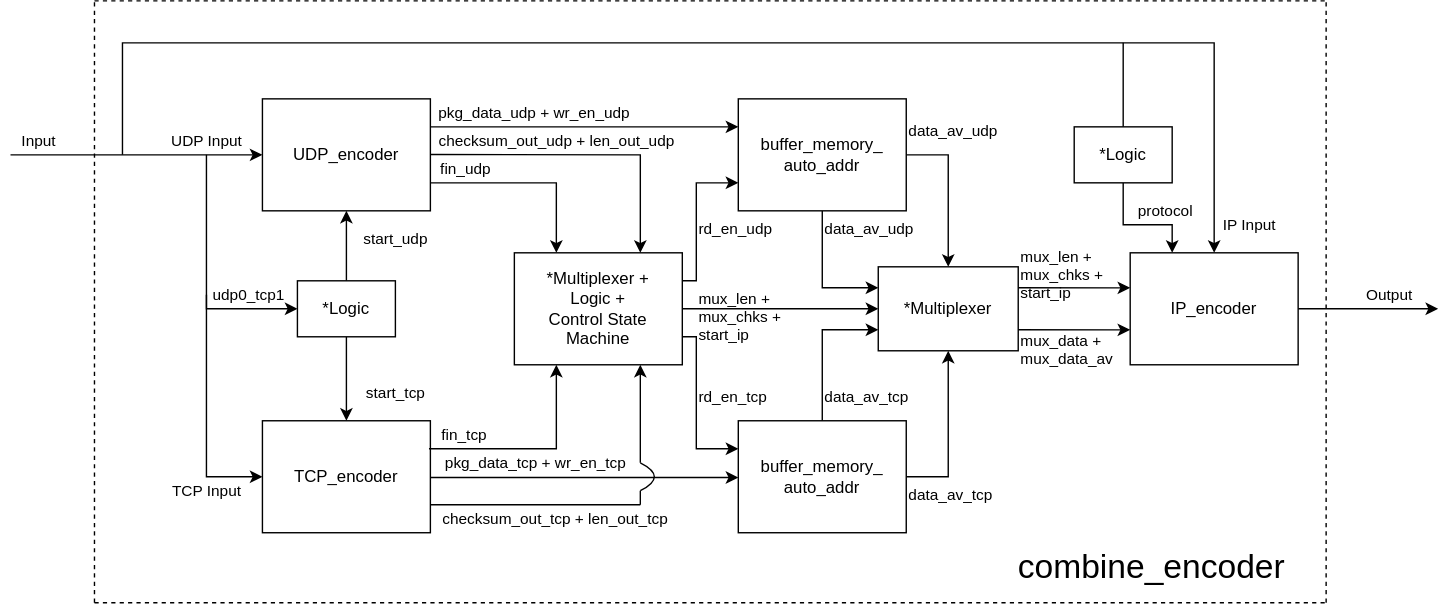
Earlier version of the draw.io export Documentation/combine_encoder_bd.svg (ntpt7921/Verilog_UDP_TCP). Source tidied: cells renumbered, new cells last; positions are measured from the earlier drawing's top-left corner, leaving out a move shared by most shapes.
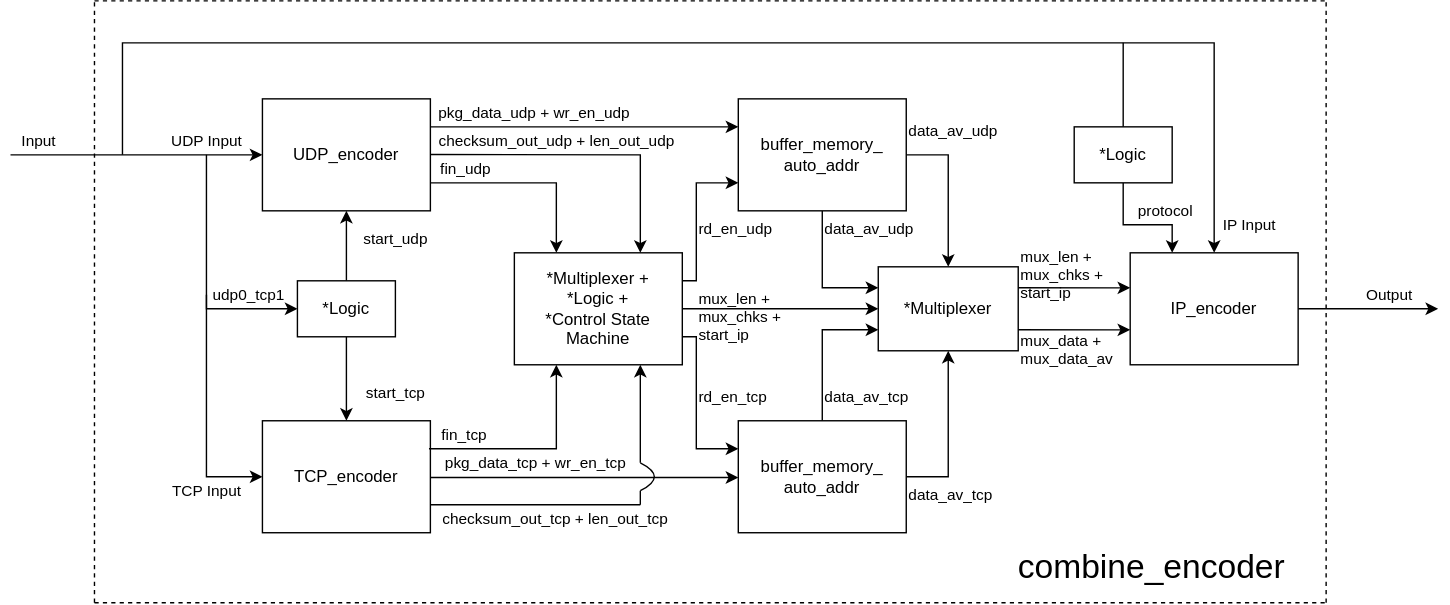
The same file after the commit.

Commit message:
Thêm sơ đồ khối cho các module encoder và decoder các phần TCP, IP

Diff of the diagram source:
```diff
@@ -45,7 +45,7 @@
     <mxCell id="12" style="edgeStyle=orthogonalEdgeStyle;rounded=0;jettySize=auto;html=1;entryX=0;entryY=0.5;entryDx=0;entryDy=0;fontSize=11;" parent="1" edge="1" source="13" target="46">
       <mxGeometry relative="1" as="geometry" />
     </mxCell>
-    <mxCell id="13" value="*Multiplexer +&lt;div&gt;Logic +&lt;/div&gt;&lt;div&gt;Control State Machine&lt;br&gt;&lt;/div&gt;" style="rounded=0;whiteSpace=wrap;html=1;" parent="1" vertex="1">
+    <mxCell id="13" value="*Multiplexer +&lt;div&gt;*Logic +&lt;/div&gt;&lt;div&gt;*Control State Machine&lt;br&gt;&lt;/div&gt;" style="rounded=0;whiteSpace=wrap;html=1;" parent="1" vertex="1">
       <mxGeometry x="360" y="180" width="120" height="80" as="geometry" />
     </mxCell>
     <mxCell id="14" style="edgeStyle=orthogonalEdgeStyle;rounded=0;jettySize=auto;html=1;entryX=0.5;entryY=1;entryDx=0;entryDy=0;fontSize=11;" parent="1" edge="1" source="16" target="4">
```
